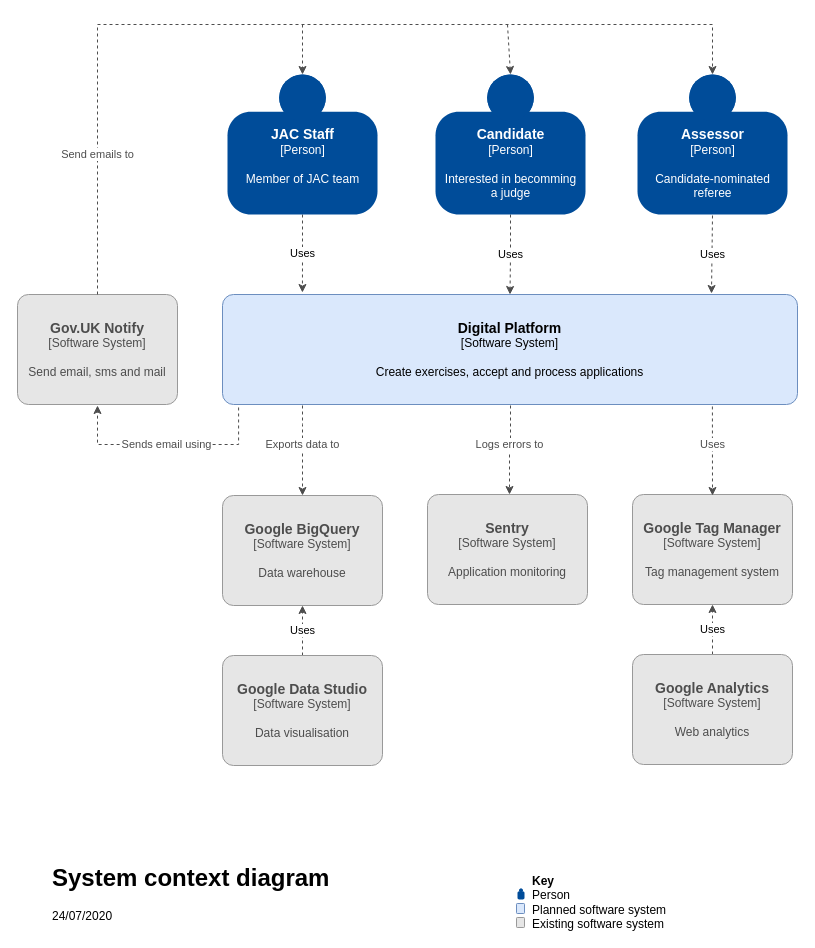
Before: page "Context" (1 of 2) of docs/jac-overview.drawio in jac-uk/documentation, a draw.io diagram. Source tidied: cells renumbered, new cells numbered last; positions are measured from the earlier drawing's top-left corner, leaving out a move shared by most shapes. Both pictures are drawn from the tidied source at 100%, with x=0, y=0 at pixel (17, 24).
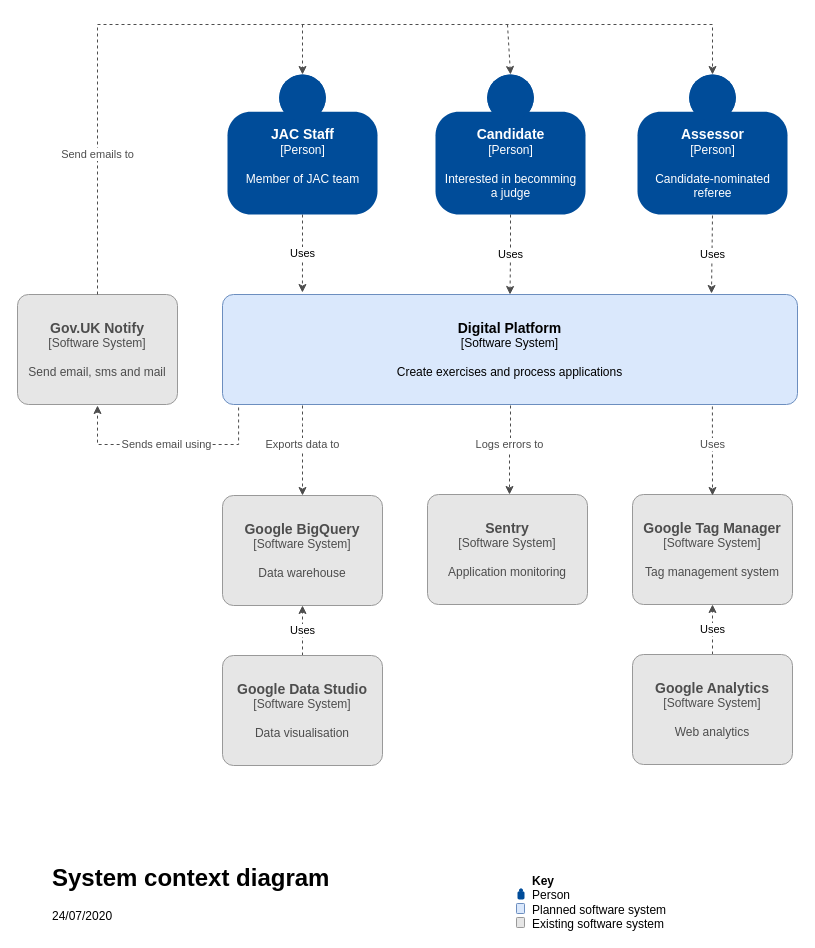
Above is the later version.

The edit, as a diff of the source:
```diff
@@
-    <mxCell id="8" value="&lt;font size=&quot;1&quot;&gt;&lt;b style=&quot;font-size: 14px&quot;&gt;Digital Platform&lt;br&gt;&lt;/b&gt;&lt;/font&gt;&lt;div&gt;[Software System]&lt;/div&gt;&lt;br&gt;&lt;div&gt;Create exercises, accept and process applications&lt;br&gt;&lt;/div&gt;" style="rounded=1;whiteSpace=wrap;html=1;labelBackgroundColor=none;fillColor=#dae8fc;fontColor=#000000;align=center;arcSize=10;strokeColor=#6c8ebf;points=[[0.25,0,0],[0.5,0,0],[0.75,0,0],[1,0.25,0],[1,0.5,0],[1,0.75,0],[0.75,1,0],[0.5,1,0],[0.25,1,0],[0,0.75,0],[0,0.5,0],[0,0.25,0]];" parent="1" vertex="1">
+    <mxCell id="8" value="&lt;font size=&quot;1&quot;&gt;&lt;b style=&quot;font-size: 14px&quot;&gt;Digital Platform&lt;br&gt;&lt;/b&gt;&lt;/font&gt;&lt;div&gt;[Software System]&lt;/div&gt;&lt;br&gt;&lt;div&gt;Create exercises and process applications&lt;br&gt;&lt;/div&gt;" style="rounded=1;whiteSpace=wrap;html=1;labelBackgroundColor=none;fillColor=#dae8fc;fontColor=#000000;align=center;arcSize=10;strokeColor=#6c8ebf;points=[[0.25,0,0],[0.5,0,0],[0.75,0,0],[1,0.25,0],[1,0.5,0],[1,0.75,0],[0.75,1,0],[0.5,1,0],[0.25,1,0],[0,0.75,0],[0,0.5,0],[0,0.25,0]];" parent="1" vertex="1">
       <mxGeometry x="205" y="270" width="575" height="110" as="geometry" />
     </mxCell>
```
